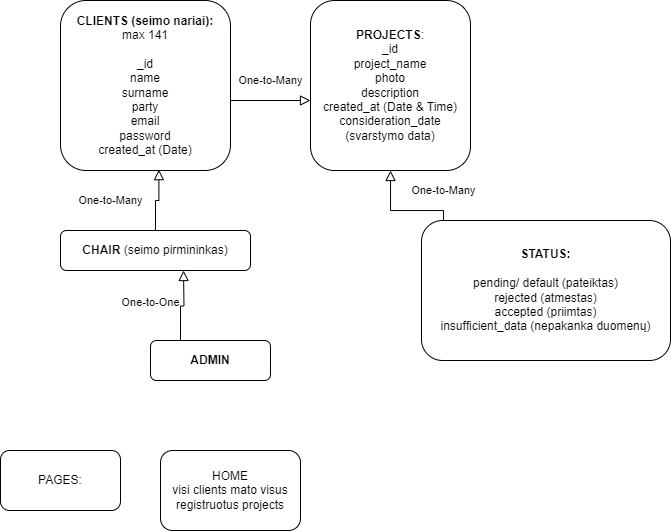
The draw.io diagram 2025-03-25_final-Project/Planas_final-pproject.png in Agne-Jazdauskiene/VCS_JavaScript-Fullstack, before a commit. Source tidied: cells renumbered, new cells last; positions are measured from the earlier drawing's top-left corner, leaving out a move shared by most shapes.
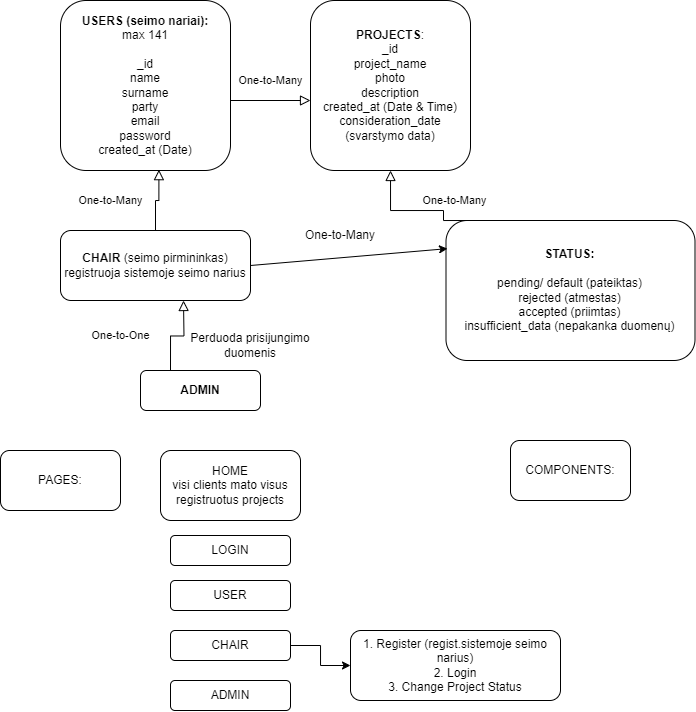
The same file after the commit.

The edit, as a diff of the source:
```diff
@@ -2,17 +2,17 @@
   <root>
     <mxCell id="0" />
     <mxCell id="1" parent="0" />
-    <mxCell id="2" value="&lt;b&gt;CLIENTS (seimo nariai):&lt;/b&gt;&lt;br&gt;max 141&lt;br&gt;&lt;br&gt;_id&lt;br&gt;name&lt;br&gt;surname&lt;br&gt;party&lt;br&gt;email&lt;br&gt;password&lt;br&gt;created_at (Date)" style="rounded=1;whiteSpace=wrap;html=1;fontSize=12;glass=0;strokeWidth=1;shadow=0;" parent="1" vertex="1">
+    <mxCell id="2" value="&lt;b&gt;USERS (seimo nariai):&lt;/b&gt;&lt;br&gt;max 141&lt;br&gt;&lt;br&gt;_id&lt;br&gt;name&lt;br&gt;surname&lt;br&gt;party&lt;br&gt;email&lt;br&gt;password&lt;br&gt;created_at (Date)" style="rounded=1;whiteSpace=wrap;html=1;fontSize=12;glass=0;strokeWidth=1;shadow=0;" parent="1" vertex="1">
       <mxGeometry x="60" width="170" height="170" as="geometry" />
     </mxCell>
     <mxCell id="3" value="&lt;b&gt;PROJECTS&lt;/b&gt;:&lt;br&gt;_id&lt;div&gt;project_name&lt;/div&gt;&lt;div&gt;photo&lt;/div&gt;&lt;div&gt;description&lt;/div&gt;&lt;div&gt;created_at (Date &amp;amp; Time)&lt;/div&gt;&lt;div&gt;consideration_date (svarstymo data)&lt;/div&gt;" style="rounded=1;whiteSpace=wrap;html=1;fontSize=12;glass=0;strokeWidth=1;shadow=0;" parent="1" vertex="1">
       <mxGeometry x="310" width="160" height="170" as="geometry" />
     </mxCell>
     <mxCell id="4" value="&lt;b&gt;ADMIN&lt;/b&gt;" style="rounded=1;whiteSpace=wrap;html=1;fontSize=12;glass=0;strokeWidth=1;shadow=0;" parent="1" vertex="1">
-      <mxGeometry x="150" y="340" width="120" height="40" as="geometry" />
+      <mxGeometry x="140" y="370" width="120" height="40" as="geometry" />
     </mxCell>
-    <mxCell id="5" value="&lt;b&gt;CHAIR&lt;/b&gt;&amp;nbsp;(seimo pirmininkas)" style="rounded=1;whiteSpace=wrap;html=1;fontSize=12;glass=0;strokeWidth=1;shadow=0;" parent="1" vertex="1">
-      <mxGeometry x="60" y="230" width="190" height="40" as="geometry" />
+    <mxCell id="5" value="&lt;b&gt;CHAIR&lt;/b&gt;&amp;nbsp;(seimo pirmininkas)&lt;br&gt;registruoja sistemoje seimo narius" style="rounded=1;whiteSpace=wrap;html=1;fontSize=12;glass=0;strokeWidth=1;shadow=0;" parent="1" vertex="1">
+      <mxGeometry x="60" y="230" width="190" height="70" as="geometry" />
     </mxCell>
     <mxCell id="6" value="One-to-Many" style="rounded=0;html=1;jettySize=auto;orthogonalLoop=1;fontSize=11;endArrow=block;endFill=0;endSize=8;strokeWidth=1;shadow=0;labelBackgroundColor=none;edgeStyle=orthogonalEdgeStyle;entryX=0;entryY=0.5;entryDx=0;entryDy=0;exitX=1;exitY=0.5;exitDx=0;exitDy=0;" parent="1" edge="1">
       <mxGeometry y="20" relative="1" as="geometry">
@@ -25,14 +25,14 @@
         <mxPoint x="-45" y="45" as="offset" />
       </mxGeometry>
     </mxCell>
-    <mxCell id="8" value="One-to-One" style="rounded=0;html=1;jettySize=auto;fontSize=11;endArrow=block;endFill=0;endSize=8;strokeWidth=1;shadow=0;labelBackgroundColor=none;edgeStyle=orthogonalEdgeStyle;entryX=0.579;entryY=0.995;entryDx=0;entryDy=0;entryPerimeter=0;exitX=0.25;exitY=0;exitDx=0;exitDy=0;" parent="1" edge="1" source="4">
-      <mxGeometry x="0.38" y="35" relative="1" as="geometry">
-        <mxPoint x="183" y="270" as="targetPoint" />
-        <mxPoint x="2" y="8" as="offset" />
+    <mxCell id="8" value="One-to-One" style="rounded=0;html=1;jettySize=auto;fontSize=11;endArrow=block;endFill=0;endSize=8;strokeWidth=1;shadow=0;labelBackgroundColor=none;edgeStyle=orthogonalEdgeStyle;exitX=0.25;exitY=0;exitDx=0;exitDy=0;" parent="1" edge="1" source="4">
+      <mxGeometry x="-0.17" y="50" relative="1" as="geometry">
+        <mxPoint x="183" y="300" as="targetPoint" />
+        <mxPoint x="-50" y="50" as="offset" />
       </mxGeometry>
     </mxCell>
     <mxCell id="9" value="&lt;b&gt;STATUS:&lt;/b&gt;&lt;br&gt;&lt;br&gt;pending/ default (pateiktas)&lt;br&gt;rejected (atmestas)&lt;br&gt;accepted (priimtas)&lt;br&gt;insufficient_data (nepakanka duomenų)" style="rounded=1;whiteSpace=wrap;html=1;fontSize=12;glass=0;strokeWidth=1;shadow=0;" parent="1" vertex="1">
-      <mxGeometry x="421" y="220" width="249" height="140" as="geometry" />
+      <mxGeometry x="445.5" y="220" width="249" height="140" as="geometry" />
     </mxCell>
     <mxCell id="10" value="One-to-Many" style="rounded=0;html=1;jettySize=auto;fontSize=11;endArrow=block;endFill=0;endSize=8;strokeWidth=1;shadow=0;labelBackgroundColor=none;edgeStyle=orthogonalEdgeStyle;exitX=0.104;exitY=0;exitDx=0;exitDy=0;exitPerimeter=0;" parent="1" edge="1" source="9" target="3">
       <mxGeometry x="-0.74" y="-20" relative="1" as="geometry">
@@ -44,10 +44,40 @@
       </mxGeometry>
     </mxCell>
     <mxCell id="11" value="HOME&lt;br&gt;visi clients mato visus registruotus projects" style="rounded=1;whiteSpace=wrap;html=1;" parent="1" vertex="1">
-      <mxGeometry x="160" y="450" width="140" height="80" as="geometry" />
+      <mxGeometry x="160" y="450" width="140" height="70" as="geometry" />
     </mxCell>
     <mxCell id="12" value="PAGES:" style="rounded=1;whiteSpace=wrap;html=1;" parent="1" vertex="1">
       <mxGeometry y="450" width="120" height="60" as="geometry" />
     </mxCell>
+    <mxCell id="13" value="COMPONENTS:" style="rounded=1;whiteSpace=wrap;html=1;" parent="1" vertex="1">
+      <mxGeometry x="510" y="440" width="120" height="60" as="geometry" />
+    </mxCell>
+    <mxCell id="14" value="LOGIN" style="rounded=1;whiteSpace=wrap;html=1;" parent="1" vertex="1">
+      <mxGeometry x="170" y="535" width="120" height="30" as="geometry" />
+    </mxCell>
+    <mxCell id="15" value="USER" style="rounded=1;whiteSpace=wrap;html=1;" parent="1" vertex="1">
+      <mxGeometry x="170" y="580" width="120" height="30" as="geometry" />
+    </mxCell>
+    <mxCell id="16" style="edgeStyle=orthogonalEdgeStyle;rounded=0;jettySize=auto;html=1;" parent="1" edge="1" source="17" target="21">
+      <mxGeometry relative="1" as="geometry" />
+    </mxCell>
+    <mxCell id="17" value="CHAIR" style="rounded=1;whiteSpace=wrap;html=1;" parent="1" vertex="1">
+      <mxGeometry x="170" y="630" width="120" height="30" as="geometry" />
+    </mxCell>
+    <mxCell id="18" value="ADMIN" style="rounded=1;whiteSpace=wrap;html=1;" parent="1" vertex="1">
+      <mxGeometry x="170" y="680" width="120" height="30" as="geometry" />
+    </mxCell>
+    <mxCell id="19" style="endArrow=classic;html=1;rounded=0;exitX=1;exitY=0.5;exitDx=0;exitDy=0;entryX=0.006;entryY=0.201;entryDx=0;entryDy=0;entryPerimeter=0;" parent="1" edge="1" source="5" target="9">
+      <mxGeometry relative="1" as="geometry" />
+    </mxCell>
+    <mxCell id="20" value="One-to-Many" style="text;html=1;align=center;verticalAlign=middle;whiteSpace=wrap;rounded=0;" parent="1" vertex="1">
+      <mxGeometry x="300" y="220" width="80" height="30" as="geometry" />
+    </mxCell>
+    <mxCell id="21" value="1. Register (regist.sistemoje seimo narius)&lt;br&gt;2. Login&lt;br&gt;3. Change Project Status" style="rounded=1;whiteSpace=wrap;html=1;" parent="1" vertex="1">
+      <mxGeometry x="350" y="630" width="210" height="70" as="geometry" />
+    </mxCell>
+    <mxCell id="22" value="Perduoda prisijungimo duomenis" style="text;html=1;align=center;verticalAlign=middle;whiteSpace=wrap;rounded=0;" parent="1" vertex="1">
+      <mxGeometry x="180" y="330" width="140" height="30" as="geometry" />
+    </mxCell>
   </root>
 </mxGraphModel>
```
